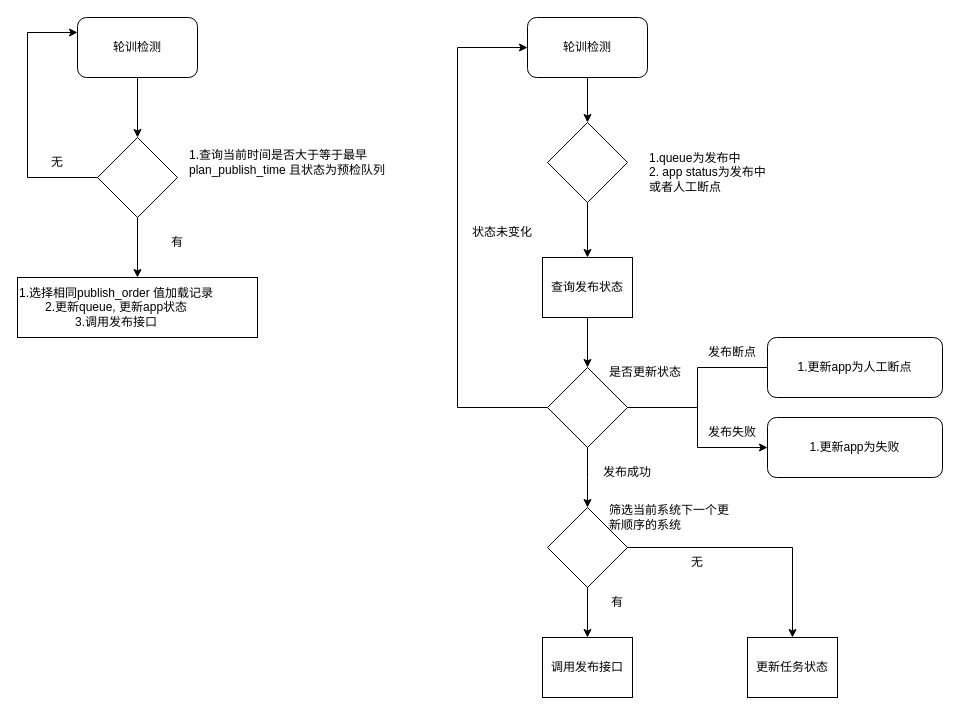
The draw.io diagram publish_tragger.drawio in cooldsk/diagrams, before the edit. Source tidied: cells renumbered, new cells numbered last; positions are measured from the earlier drawing's top-left corner, leaving out a move shared by most shapes. Both pictures are drawn from the tidied source at 100%, with x=0, y=0 at pixel (17, 17).
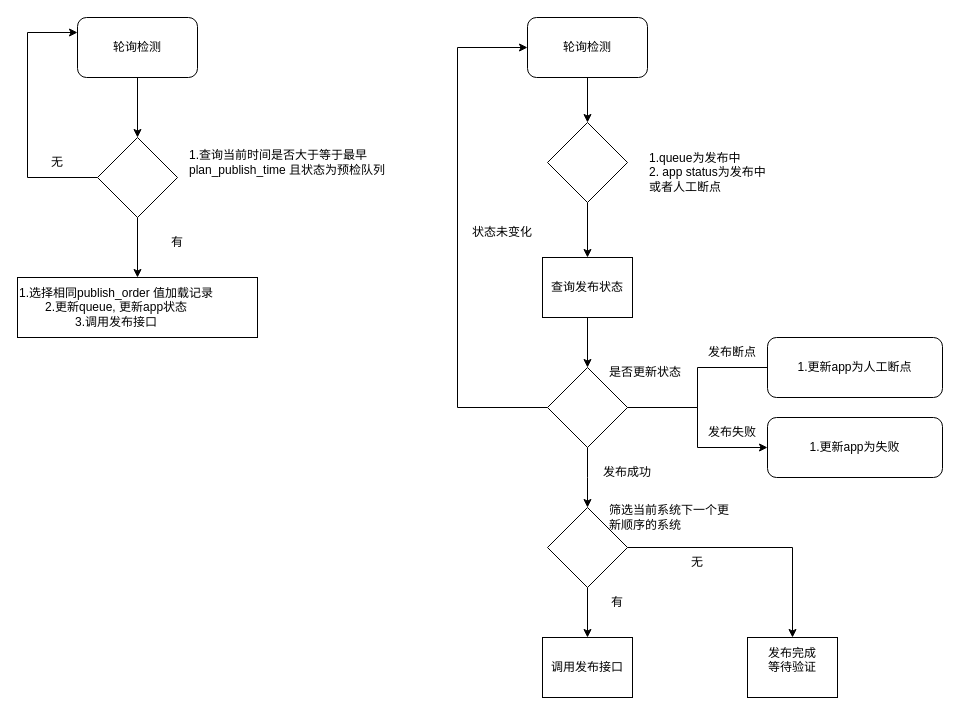
The same page after the edit.

Change to the diagram source:
```diff
@@
-    <mxCell id="3" value="轮训检测" style="rounded=1;whiteSpace=wrap;html=1;" parent="1" vertex="1">
+    <mxCell id="3" value="轮询检测" style="rounded=1;whiteSpace=wrap;html=1;" parent="1" vertex="1">
       <mxGeometry x="60" width="120" height="60" as="geometry" />
     </mxCell>
@@
-    <mxCell id="10" value="轮训检测" style="rounded=1;whiteSpace=wrap;html=1;" parent="1" vertex="1">
+    <mxCell id="10" value="轮询检测" style="rounded=1;whiteSpace=wrap;html=1;" parent="1" vertex="1">
       <mxGeometry x="510" width="120" height="60" as="geometry" />
     </mxCell>
@@
-    <mxCell id="34" value="&lt;div style=&quot;text-align: left;&quot;&gt;更新任务状态&lt;/div&gt;" style="rounded=0;whiteSpace=wrap;html=1;" parent="1" vertex="1">
+    <mxCell id="34" value="&lt;div style=&quot;text-align: left;&quot;&gt;发布完成&lt;/div&gt;&lt;div style=&quot;text-align: left;&quot;&gt;等待验证&lt;/div&gt;&lt;div style=&quot;text-align: left;&quot;&gt;&lt;br&gt;&lt;/div&gt;" style="rounded=0;whiteSpace=wrap;html=1;" parent="1" vertex="1">
       <mxGeometry x="730" y="620" width="90" height="60" as="geometry" />
     </mxCell>
```
